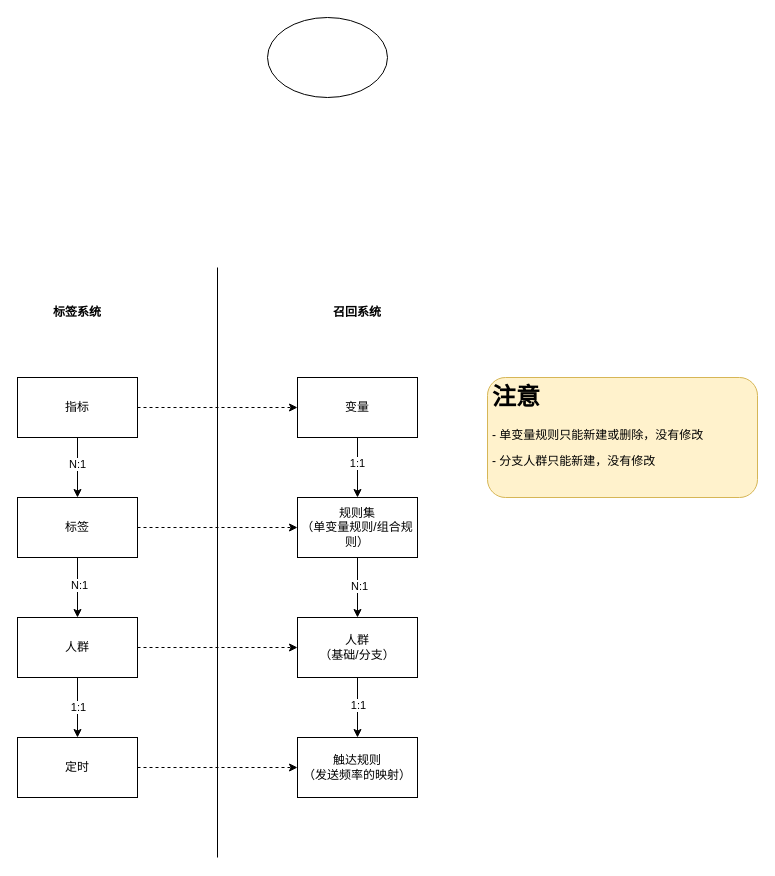
Above: page "标签与召回模型关系" (1 of 10) of 运营决策系统设计.drawio in ABIN-DS/flowchart (draw.io), before the change. Source tidied: cells renumbered, new cells numbered last; positions are measured from the earlier drawing's top-left corner, leaving out a move shared by most shapes. Both pictures are drawn from the tidied source at 100%, with x=0, y=0 at pixel (17, 17).
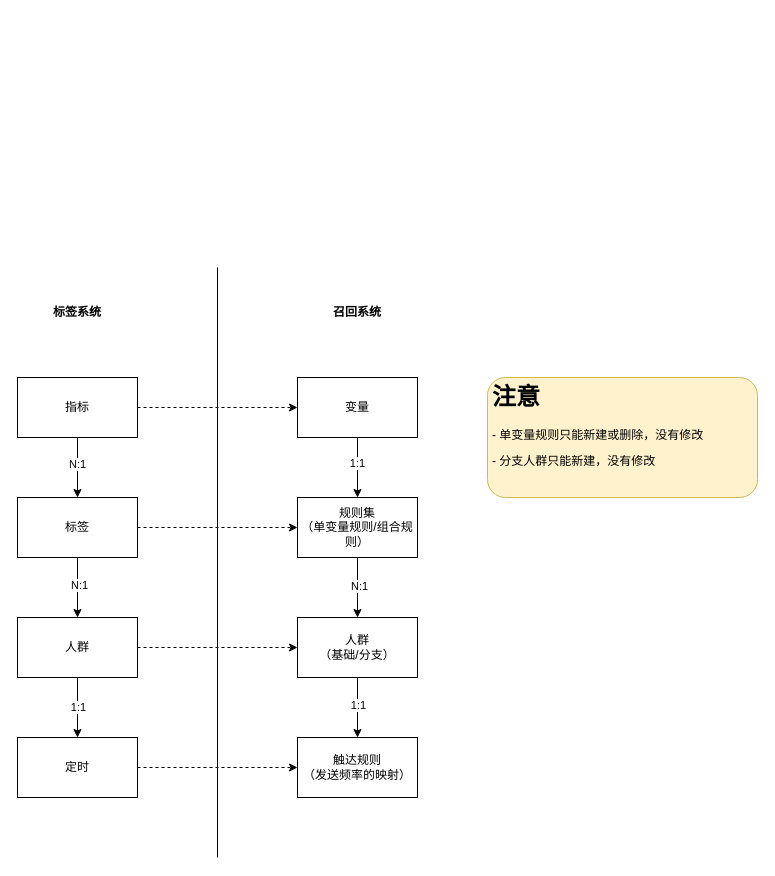
Above is the later version.

Diff of the diagram source:
```diff
@@
-    <mxCell id="30" style="ellipse;whiteSpace=wrap;html=1;" parent="1" vertex="1">
-      <mxGeometry x="250" width="120" height="80" as="geometry" />
-    </mxCell>
```
